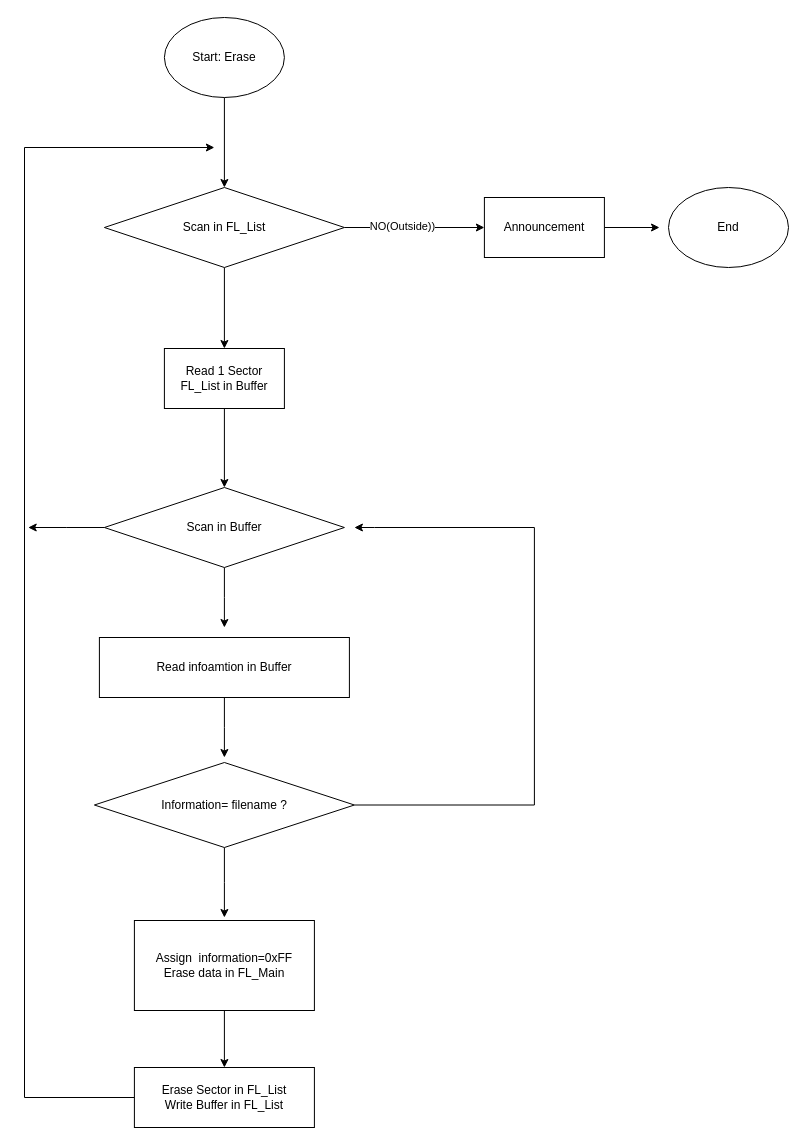
The draw.io diagram page "Erase" (5 of 6) of Mindset.drawio in Chipuscu/STM321, before the edit. Source tidied: cells renumbered, new cells numbered last; positions are measured from the earlier drawing's top-left corner, leaving out a move shared by most shapes. Both pictures are drawn from the tidied source at 100%, with x=0, y=0 at pixel (24, 17).
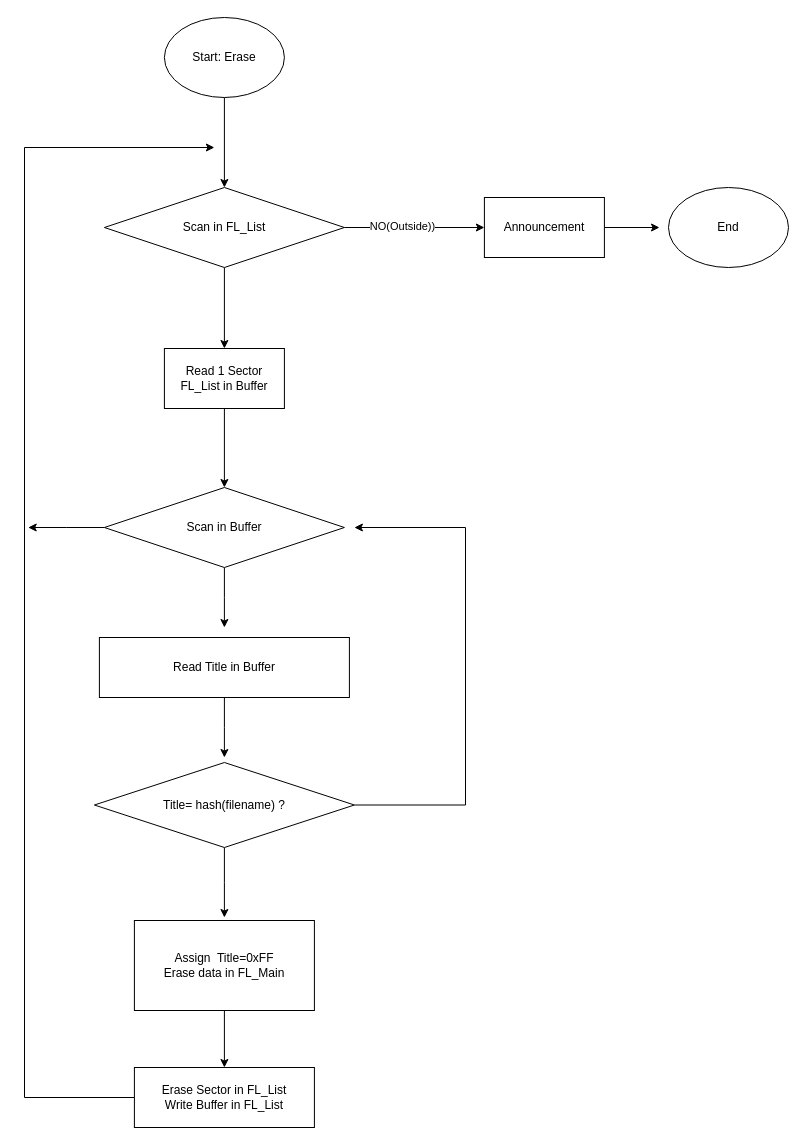
The same page after the edit.

What changed in the source:
```diff
@@
     <mxCell id="8" style="edgeStyle=orthogonalEdgeStyle;rounded=0;jettySize=auto;html=1;exitX=1;exitY=0.5;exitDx=0;exitDy=0;" parent="1" edge="1" source="9">
-      <mxGeometry relative="1" as="geometry">
+      <mxGeometry x="0.02" y="78" relative="1" as="geometry">
         <mxPoint x="329.9" y="510" as="targetPoint" />
         <Array as="points">
-          <mxPoint x="509.9" y="787" />
-          <mxPoint x="509.9" y="510" />
-          <mxPoint x="349.9" y="510" />
+          <mxPoint x="441" y="787" />
+          <mxPoint x="441" y="510" />
         </Array>
       </mxGeometry>
     </mxCell>
-    <mxCell id="9" value="Information= filename ?" style="rhombus;whiteSpace=wrap;html=1;fontFamily=Helvetica;fontSize=12;fontColor=default;align=center;strokeColor=default;fillColor=default;" parent="1" vertex="1">
+    <mxCell id="9" value="Title= hash(filename) ?" style="rhombus;whiteSpace=wrap;html=1;fontFamily=Helvetica;fontSize=12;fontColor=default;align=center;strokeColor=default;fillColor=default;" parent="1" vertex="1">
       <mxGeometry x="69.9" y="745" width="260" height="85" as="geometry" />
     </mxCell>
@@
-    <mxCell id="13" value="Read infoamtion in Buffer" style="rounded=0;whiteSpace=wrap;html=1;" parent="1" vertex="1">
+    <mxCell id="13" value="Read Title in Buffer" style="rounded=0;whiteSpace=wrap;html=1;" parent="1" vertex="1">
       <mxGeometry x="74.9" y="620" width="250" height="60" as="geometry" />
     </mxCell>
@@
-    <mxCell id="17" value="Assign&amp;nbsp; information=0xFF&lt;br&gt;Erase data in FL_Main" style="rounded=0;whiteSpace=wrap;html=1;" parent="1" vertex="1">
+    <mxCell id="17" value="Assign&amp;nbsp; Title=0xFF&lt;br&gt;Erase data in FL_Main" style="rounded=0;whiteSpace=wrap;html=1;" parent="1" vertex="1">
       <mxGeometry x="109.9" y="903" width="180" height="90" as="geometry" />
     </mxCell>
```
